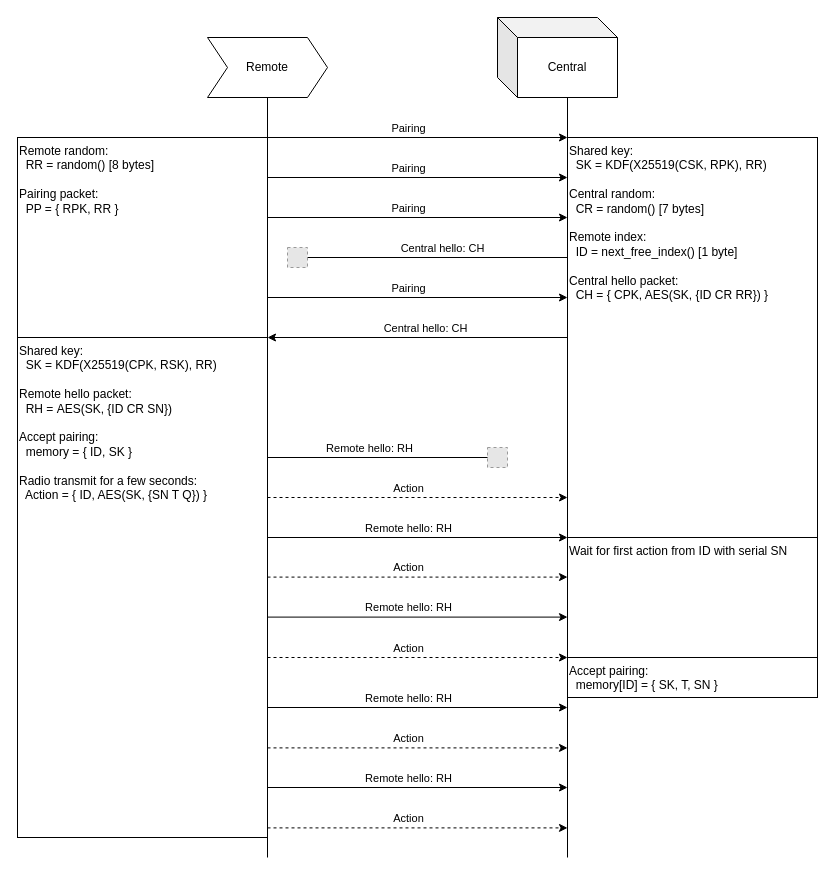
kildom/deprecated keeps this draw.io diagram as pairing.drawio. Above is the earlier version. Source tidied: cells renumbered, new cells numbered last; positions are measured from the earlier drawing's top-left corner, leaving out a move shared by most shapes. Both pictures are drawn from the tidied source at 100%, with x=0, y=0 at pixel (17, 17). Pictures stored in the file or linked from it are replaced by grey dashed boxes.
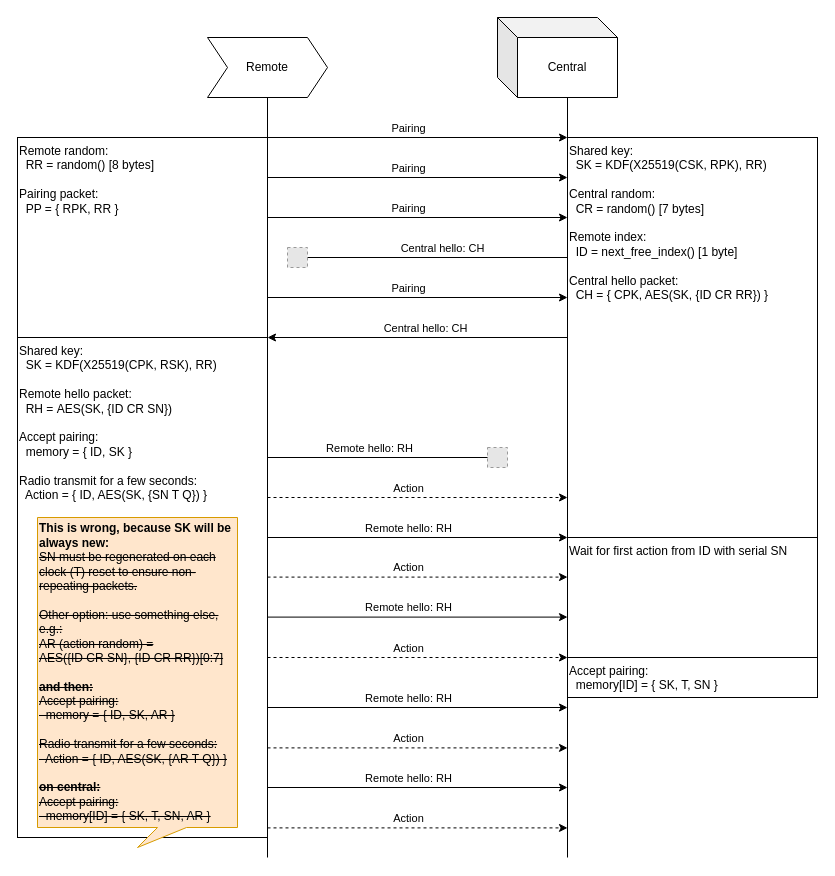
The same page after the edit.

Change to the diagram source:
```diff
@@
+    <mxCell id="45" value="&lt;div&gt;&lt;b&gt;This is wrong, because SK will be always new:&lt;/b&gt;&lt;/div&gt;&lt;div&gt;&lt;strike&gt;SN must be regenerated on each clock (T) reset to ensure non-repeating packets.&lt;/strike&gt;&lt;/div&gt;&lt;div&gt;&lt;strike&gt;&lt;br&gt;&lt;/strike&gt;&lt;/div&gt;&lt;div&gt;&lt;strike&gt;Other option: use something else, e.g.:&lt;/strike&gt;&lt;/div&gt;&lt;div&gt;&lt;strike&gt;AR (action random) =&lt;/strike&gt;&lt;/div&gt;&lt;div&gt;&lt;strike&gt;AES({ID CR SN}, {ID CR RR})[0:7]&lt;/strike&gt;&lt;/div&gt;&lt;div&gt;&lt;strike&gt;&lt;br&gt;&lt;/strike&gt;&lt;/div&gt;&lt;div&gt;&lt;strike&gt;&lt;b&gt;and then:&lt;/b&gt;&lt;/strike&gt;&lt;/div&gt;&lt;div&gt;&lt;strike&gt;Accept pairing:&lt;br&gt;&amp;nbsp; memory = { ID, SK, AR }&lt;br&gt;&lt;br&gt;Radio transmit for a few seconds:&lt;br&gt;&amp;nbsp; Action = { ID, AES(SK, {AR T Q}) }&lt;/strike&gt;&lt;/div&gt;&lt;div&gt;&lt;strike&gt;&lt;br&gt;&lt;/strike&gt;&lt;/div&gt;&lt;div&gt;&lt;strike&gt;&lt;b&gt;on central:&lt;/b&gt;&lt;br&gt;&lt;/strike&gt;&lt;/div&gt;&lt;div&gt;&lt;strike&gt;Accept pairing:&lt;br&gt;&amp;nbsp; memory[ID] = { SK, T, SN, AR }&lt;/strike&gt;&lt;/div&gt;" style="shape=callout;whiteSpace=wrap;html=1;perimeter=calloutPerimeter;rotation=0;size=20;position=0.6;base=29;align=left;fillColor=#ffe6cc;strokeColor=#d79b00;" parent="1" vertex="1">
+      <mxGeometry x="20" y="500" width="200" height="330" as="geometry" />
+    </mxCell>
```
